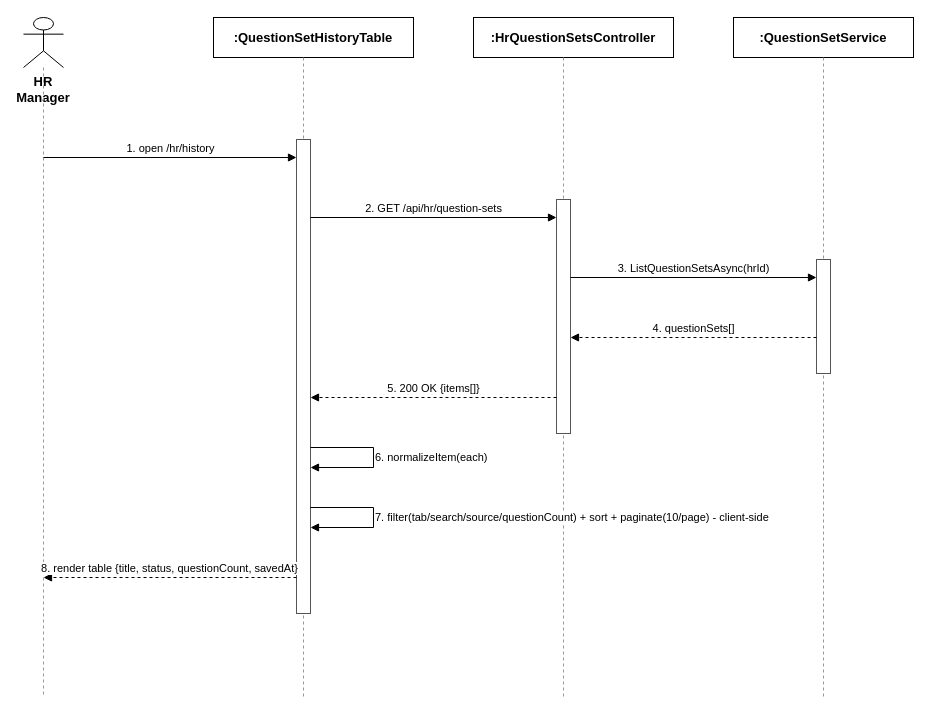
Above: docs/qa/Nam_SequenceDiagram/17_QuestionSetManagement_ListQuestionSets.drawio in tulklk/AI_Interview_Question_Generation_RAG_LLM_FE (draw.io), before the change. Source tidied: cells renumbered, new cells numbered last; positions are measured from the earlier drawing's top-left corner, leaving out a move shared by most shapes. Both pictures are drawn from the tidied source at 100%, with x=0, y=0 at pixel (23, 17).
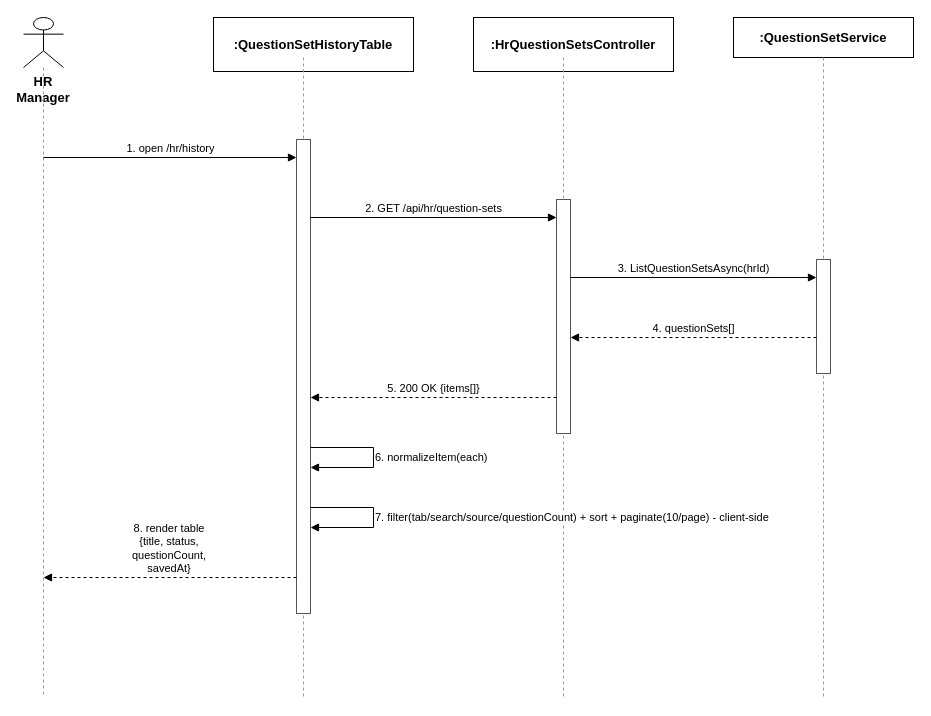
The same diagram, later.

Diff of the diagram source:
```diff
@@
     <mxCell id="4" value=":QuestionSetHistoryTable" style="rounded=0;whiteSpace=wrap;html=1;fontSize=13;fillColor=#ffffff;strokeColor=#000000;fontStyle=1;" parent="1" vertex="1">
-      <mxGeometry x="190" width="200" height="40" as="geometry" />
+      <mxGeometry x="190" width="200" height="54" as="geometry" />
     </mxCell>
@@
     <mxCell id="6" value=":HrQuestionSetsController" style="rounded=0;whiteSpace=wrap;html=1;fontSize=13;fillColor=#ffffff;strokeColor=#000000;fontStyle=1;" parent="1" vertex="1">
-      <mxGeometry x="450" width="200" height="40" as="geometry" />
+      <mxGeometry x="450" width="200" height="54" as="geometry" />
     </mxCell>
@@
-    <mxCell id="20" value="8. render table {title, status, questionCount, savedAt}" style="endArrow=block;endFill=1;html=1;dashed=1;fontSize=11;align=center;verticalAlign=bottom;labelBackgroundColor=#ffffff;strokeColor=#000000;" parent="1" edge="1">
+    <mxCell id="20" value="8. render table {title, status, questionCount, savedAt}" style="endArrow=block;endFill=1;html=1;whiteSpace=wrap;dashed=1;fontSize=11;align=center;verticalAlign=bottom;labelBackgroundColor=#ffffff;strokeColor=#000000;" parent="1" edge="1">
       <mxGeometry relative="1" as="geometry">
         <mxPoint x="273" y="560" as="sourcePoint" />
         <mxPoint x="20" y="560" as="targetPoint" />
       </mxGeometry>
     </mxCell>
```
